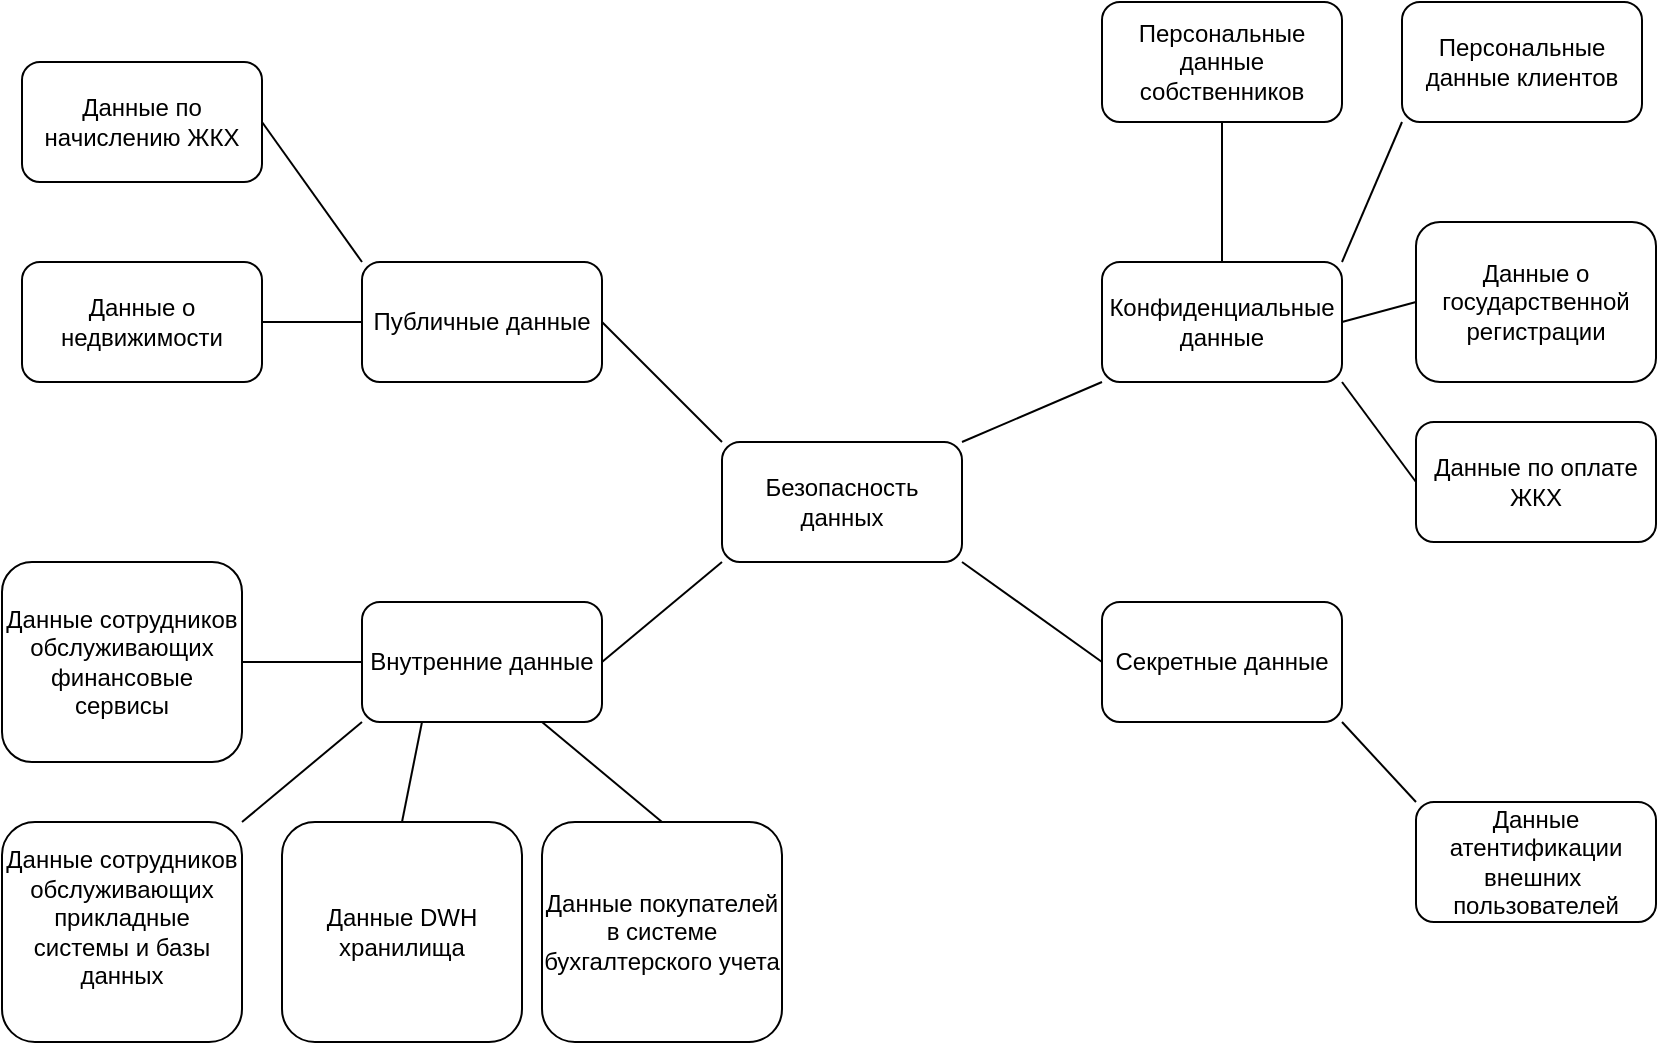
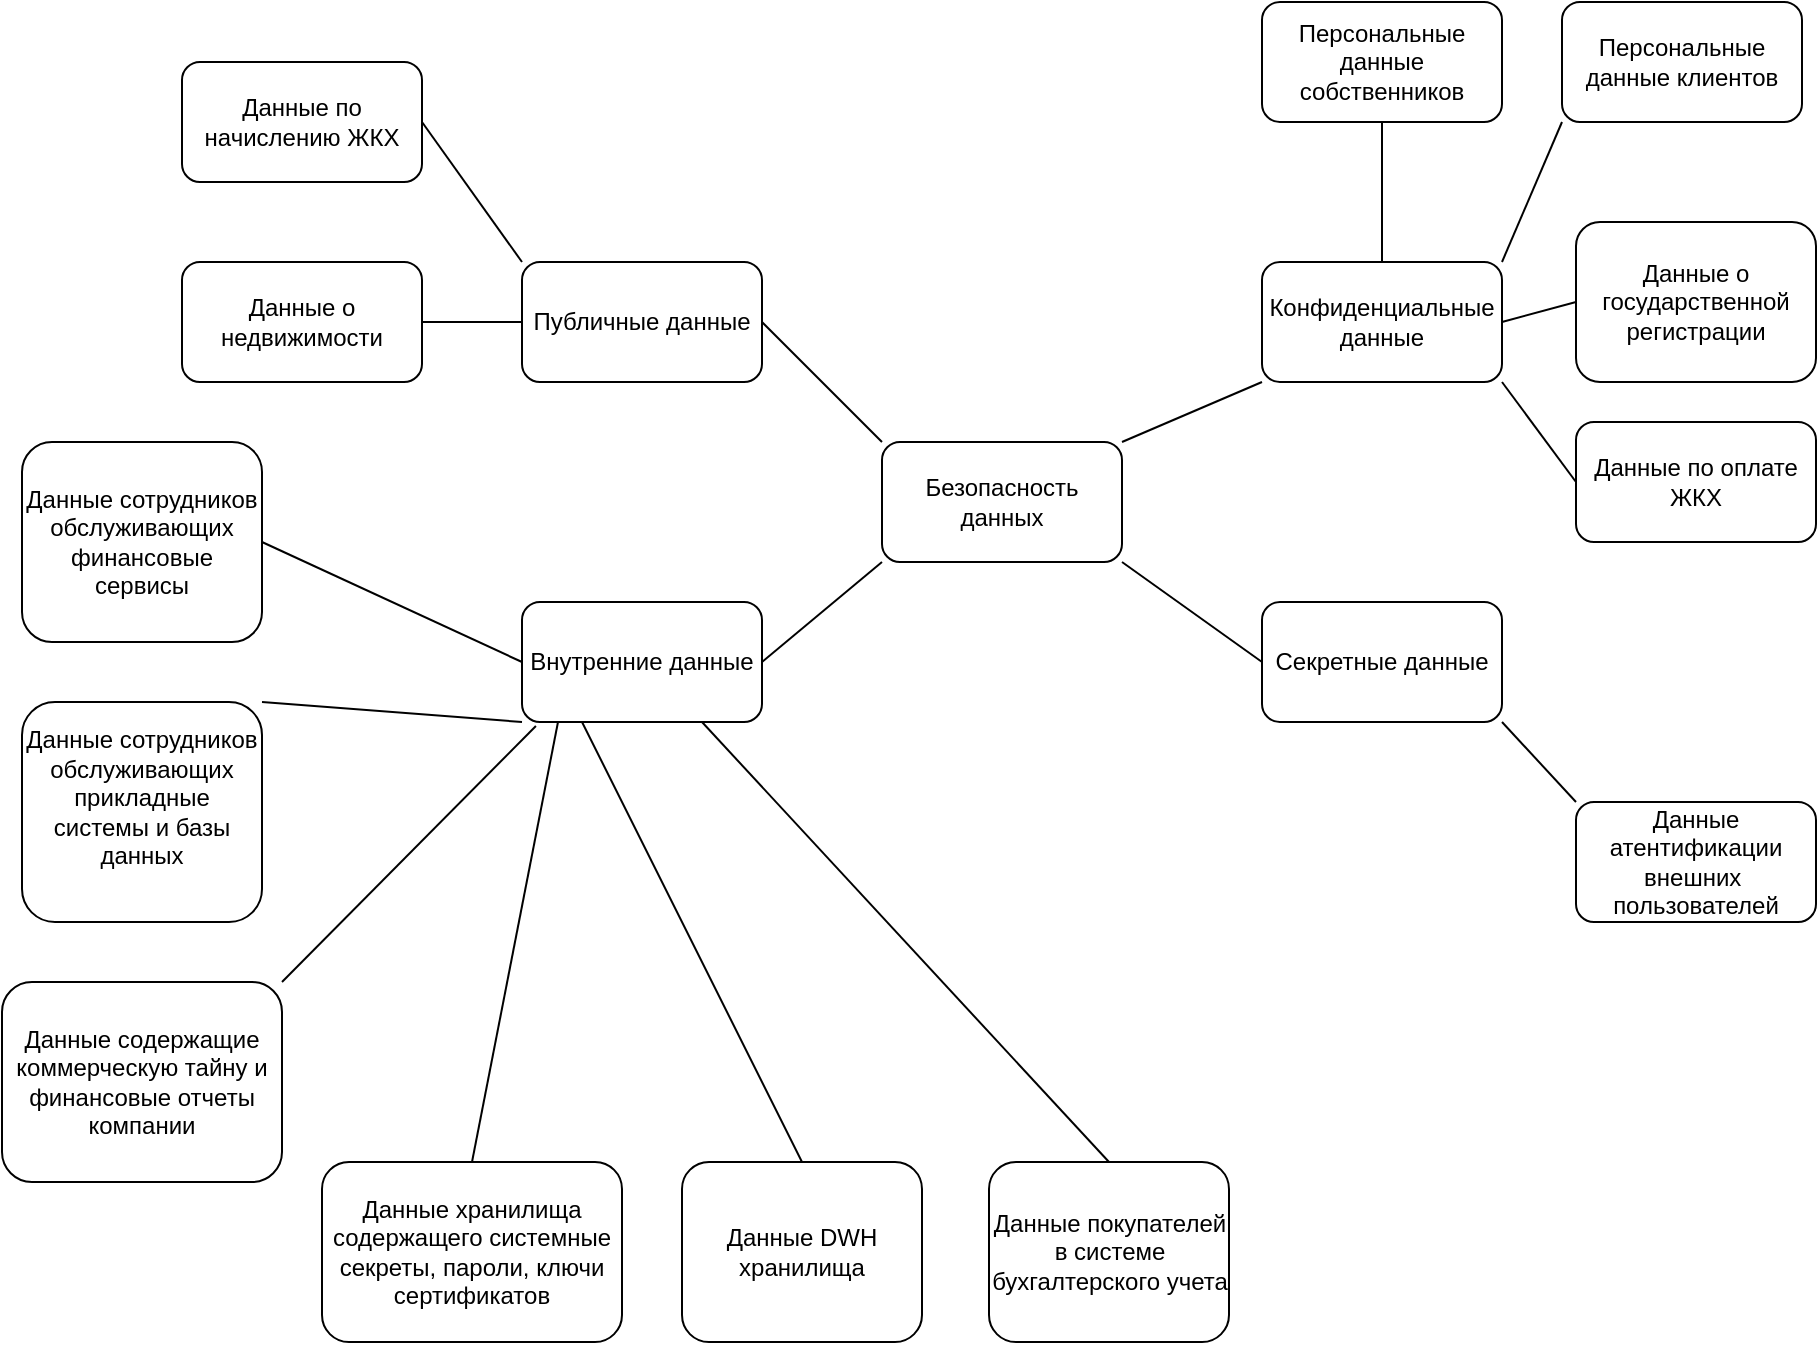
- <mxfile host="Electron" agent="Mozilla/5.0 (Windows NT 10.0; Win64; x64) AppleWebKit/537.36 (KHTML, like Gecko) draw.io/26.1.1 Chrome/132.0.6834.210 Electron/34.3.3 Safari/537.36" version="26.1.1">
+ <mxfile host="Electron" agent="Mozilla/5.0 (Windows NT 10.0; Win64; x64) AppleWebKit/537.36 (KHTML, like Gecko) draw.io/26.0.16 Chrome/132.0.6834.196 Electron/34.2.0 Safari/537.36" version="26.0.16">
  <diagram name="Страница — 1" id="JBn4-_P6qpV0WiqdyZGL">
-     <mxGraphModel dx="1098" dy="658" grid="1" gridSize="10" guides="1" tooltips="1" connect="1" arrows="1" fold="1" page="1" pageScale="1" pageWidth="827" pageHeight="1169" math="0" shadow="0">
+     <mxGraphModel dx="2242" dy="1422" grid="1" gridSize="10" guides="1" tooltips="1" connect="1" arrows="1" fold="1" page="1" pageScale="1" pageWidth="827" pageHeight="1169" math="0" shadow="0">
      <root>
        <mxCell id="0" />
        <mxCell id="1" parent="0" />
-         <mxCell id="3fstywEBA75ssKso-sNi-2" value="Безопасность данных" style="rounded=1;whiteSpace=wrap;html=1;" vertex="1" parent="1">
+         <mxCell id="3fstywEBA75ssKso-sNi-2" value="Безопасность данных" style="rounded=1;whiteSpace=wrap;html=1;" parent="1" vertex="1">
          <mxGeometry x="360" y="290" width="120" height="60" as="geometry" />
        </mxCell>
-         <mxCell id="3fstywEBA75ssKso-sNi-3" value="Публичные данные" style="rounded=1;whiteSpace=wrap;html=1;" vertex="1" parent="1">
+         <mxCell id="3fstywEBA75ssKso-sNi-3" value="Публичные данные" style="rounded=1;whiteSpace=wrap;html=1;" parent="1" vertex="1">
          <mxGeometry x="180" y="200" width="120" height="60" as="geometry" />
        </mxCell>
-         <mxCell id="3fstywEBA75ssKso-sNi-4" value="Внутренние данные" style="rounded=1;whiteSpace=wrap;html=1;" vertex="1" parent="1">
+         <mxCell id="3fstywEBA75ssKso-sNi-4" value="Внутренние данные" style="rounded=1;whiteSpace=wrap;html=1;" parent="1" vertex="1">
          <mxGeometry x="180" y="370" width="120" height="60" as="geometry" />
        </mxCell>
-         <mxCell id="3fstywEBA75ssKso-sNi-5" value="Конфиденциальные данные" style="rounded=1;whiteSpace=wrap;html=1;" vertex="1" parent="1">
+         <mxCell id="3fstywEBA75ssKso-sNi-5" value="Конфиденциальные данные" style="rounded=1;whiteSpace=wrap;html=1;" parent="1" vertex="1">
          <mxGeometry x="550" y="200" width="120" height="60" as="geometry" />
        </mxCell>
-         <mxCell id="3fstywEBA75ssKso-sNi-6" value="Секретные данные" style="rounded=1;whiteSpace=wrap;html=1;" vertex="1" parent="1">
+         <mxCell id="3fstywEBA75ssKso-sNi-6" value="Секретные данные" style="rounded=1;whiteSpace=wrap;html=1;" parent="1" vertex="1">
          <mxGeometry x="550" y="370" width="120" height="60" as="geometry" />
        </mxCell>
-         <mxCell id="3fstywEBA75ssKso-sNi-7" value="" style="endArrow=none;html=1;rounded=0;exitX=1;exitY=0.5;exitDx=0;exitDy=0;entryX=0;entryY=0;entryDx=0;entryDy=0;" edge="1" parent="1" source="3fstywEBA75ssKso-sNi-3" target="3fstywEBA75ssKso-sNi-2">
+         <mxCell id="3fstywEBA75ssKso-sNi-7" value="" style="endArrow=none;html=1;rounded=0;exitX=1;exitY=0.5;exitDx=0;exitDy=0;entryX=0;entryY=0;entryDx=0;entryDy=0;" parent="1" source="3fstywEBA75ssKso-sNi-3" target="3fstywEBA75ssKso-sNi-2" edge="1">
          <mxGeometry width="50" height="50" relative="1" as="geometry">
            <mxPoint x="390" y="330" as="sourcePoint" />
            <mxPoint x="440" y="280" as="targetPoint" />
          </mxGeometry>
        </mxCell>
-         <mxCell id="3fstywEBA75ssKso-sNi-8" value="" style="endArrow=none;html=1;rounded=0;entryX=0;entryY=1;entryDx=0;entryDy=0;" edge="1" parent="1" target="3fstywEBA75ssKso-sNi-5">
+         <mxCell id="3fstywEBA75ssKso-sNi-8" value="" style="endArrow=none;html=1;rounded=0;entryX=0;entryY=1;entryDx=0;entryDy=0;" parent="1" target="3fstywEBA75ssKso-sNi-5" edge="1">
          <mxGeometry width="50" height="50" relative="1" as="geometry">
            <mxPoint x="480" y="290" as="sourcePoint" />
            <mxPoint x="440" y="280" as="targetPoint" />
          </mxGeometry>
        </mxCell>
-         <mxCell id="3fstywEBA75ssKso-sNi-9" value="" style="endArrow=none;html=1;rounded=0;exitX=1;exitY=0.5;exitDx=0;exitDy=0;entryX=0;entryY=1;entryDx=0;entryDy=0;" edge="1" parent="1" source="3fstywEBA75ssKso-sNi-4" target="3fstywEBA75ssKso-sNi-2">
+         <mxCell id="3fstywEBA75ssKso-sNi-9" value="" style="endArrow=none;html=1;rounded=0;exitX=1;exitY=0.5;exitDx=0;exitDy=0;entryX=0;entryY=1;entryDx=0;entryDy=0;" parent="1" source="3fstywEBA75ssKso-sNi-4" target="3fstywEBA75ssKso-sNi-2" edge="1">
          <mxGeometry width="50" height="50" relative="1" as="geometry">
            <mxPoint x="390" y="330" as="sourcePoint" />
            <mxPoint x="440" y="280" as="targetPoint" />
          </mxGeometry>
        </mxCell>
-         <mxCell id="3fstywEBA75ssKso-sNi-10" value="" style="endArrow=none;html=1;rounded=0;exitX=0;exitY=0.5;exitDx=0;exitDy=0;entryX=1;entryY=1;entryDx=0;entryDy=0;" edge="1" parent="1" source="3fstywEBA75ssKso-sNi-6" target="3fstywEBA75ssKso-sNi-2">
+         <mxCell id="3fstywEBA75ssKso-sNi-10" value="" style="endArrow=none;html=1;rounded=0;exitX=0;exitY=0.5;exitDx=0;exitDy=0;entryX=1;entryY=1;entryDx=0;entryDy=0;" parent="1" source="3fstywEBA75ssKso-sNi-6" target="3fstywEBA75ssKso-sNi-2" edge="1">
          <mxGeometry width="50" height="50" relative="1" as="geometry">
            <mxPoint x="390" y="330" as="sourcePoint" />
            <mxPoint x="440" y="280" as="targetPoint" />
          </mxGeometry>
        </mxCell>
-         <mxCell id="3fstywEBA75ssKso-sNi-11" value="Персональные данные клиентов" style="rounded=1;whiteSpace=wrap;html=1;" vertex="1" parent="1">
+         <mxCell id="3fstywEBA75ssKso-sNi-11" value="Персональные данные клиентов" style="rounded=1;whiteSpace=wrap;html=1;" parent="1" vertex="1">
          <mxGeometry x="700" y="70" width="120" height="60" as="geometry" />
        </mxCell>
-         <mxCell id="3fstywEBA75ssKso-sNi-12" value="Персональные данные собственников" style="rounded=1;whiteSpace=wrap;html=1;" vertex="1" parent="1">
+         <mxCell id="3fstywEBA75ssKso-sNi-12" value="Персональные данные собственников" style="rounded=1;whiteSpace=wrap;html=1;" parent="1" vertex="1">
          <mxGeometry x="550" y="70" width="120" height="60" as="geometry" />
        </mxCell>
-         <mxCell id="3fstywEBA75ssKso-sNi-13" value="Данные о недвижимости" style="rounded=1;whiteSpace=wrap;html=1;" vertex="1" parent="1">
+         <mxCell id="3fstywEBA75ssKso-sNi-13" value="Данные о недвижимости" style="rounded=1;whiteSpace=wrap;html=1;" parent="1" vertex="1">
          <mxGeometry x="10" y="200" width="120" height="60" as="geometry" />
        </mxCell>
-         <mxCell id="3fstywEBA75ssKso-sNi-14" value="Данные по оплате ЖКХ" style="rounded=1;whiteSpace=wrap;html=1;" vertex="1" parent="1">
+         <mxCell id="3fstywEBA75ssKso-sNi-14" value="Данные по оплате ЖКХ" style="rounded=1;whiteSpace=wrap;html=1;" parent="1" vertex="1">
          <mxGeometry x="707" y="280" width="120" height="60" as="geometry" />
        </mxCell>
-         <mxCell id="3fstywEBA75ssKso-sNi-15" value="Данные по начислению ЖКХ" style="rounded=1;whiteSpace=wrap;html=1;" vertex="1" parent="1">
+         <mxCell id="3fstywEBA75ssKso-sNi-15" value="Данные по начислению ЖКХ" style="rounded=1;whiteSpace=wrap;html=1;" parent="1" vertex="1">
          <mxGeometry x="10" y="100" width="120" height="60" as="geometry" />
        </mxCell>
-         <mxCell id="3fstywEBA75ssKso-sNi-16" value="Данные DWH хранилища" style="rounded=1;whiteSpace=wrap;html=1;" vertex="1" parent="1">
-           <mxGeometry x="140" y="480" width="120" height="110" as="geometry" />
+         <mxCell id="3fstywEBA75ssKso-sNi-16" value="Данные DWH хранилища" style="rounded=1;whiteSpace=wrap;html=1;" parent="1" vertex="1">
+           <mxGeometry x="260" y="650" width="120" height="90" as="geometry" />
        </mxCell>
-         <mxCell id="3fstywEBA75ssKso-sNi-17" value="Данные о государственной регистрации" style="rounded=1;whiteSpace=wrap;html=1;" vertex="1" parent="1">
+         <mxCell id="3fstywEBA75ssKso-sNi-17" value="Данные о государственной регистрации" style="rounded=1;whiteSpace=wrap;html=1;" parent="1" vertex="1">
          <mxGeometry x="707" y="180" width="120" height="80" as="geometry" />
        </mxCell>
-         <mxCell id="3fstywEBA75ssKso-sNi-18" value="Данные сотрудников обслуживающих финансовые сервисы" style="rounded=1;whiteSpace=wrap;html=1;" vertex="1" parent="1">
-           <mxGeometry y="350" width="120" height="100" as="geometry" />
+         <mxCell id="3fstywEBA75ssKso-sNi-18" value="Данные сотрудников обслуживающих финансовые сервисы" style="rounded=1;whiteSpace=wrap;html=1;" parent="1" vertex="1">
+           <mxGeometry x="-70" y="290" width="120" height="100" as="geometry" />
        </mxCell>
-         <mxCell id="3fstywEBA75ssKso-sNi-19" value="Данные сотрудников обслуживающих прикладные системы и базы данных&lt;div&gt;&lt;br&gt;&lt;/div&gt;" style="rounded=1;whiteSpace=wrap;html=1;" vertex="1" parent="1">
-           <mxGeometry y="480" width="120" height="110" as="geometry" />
+         <mxCell id="3fstywEBA75ssKso-sNi-19" value="Данные сотрудников обслуживающих прикладные системы и базы данных&lt;div&gt;&lt;br&gt;&lt;/div&gt;" style="rounded=1;whiteSpace=wrap;html=1;" parent="1" vertex="1">
+           <mxGeometry x="-70" y="420" width="120" height="110" as="geometry" />
        </mxCell>
-         <mxCell id="3fstywEBA75ssKso-sNi-20" value="Данные покупателей в системе бухгалтерского учета" style="rounded=1;whiteSpace=wrap;html=1;" vertex="1" parent="1">
-           <mxGeometry x="270" y="480" width="120" height="110" as="geometry" />
+         <mxCell id="3fstywEBA75ssKso-sNi-20" value="Данные покупателей в системе бухгалтерского учета" style="rounded=1;whiteSpace=wrap;html=1;" parent="1" vertex="1">
+           <mxGeometry x="413.5" y="650" width="120" height="90" as="geometry" />
        </mxCell>
-         <mxCell id="3fstywEBA75ssKso-sNi-22" value="" style="endArrow=none;html=1;rounded=0;exitX=1;exitY=0.5;exitDx=0;exitDy=0;entryX=0;entryY=0.5;entryDx=0;entryDy=0;" edge="1" parent="1" source="3fstywEBA75ssKso-sNi-13" target="3fstywEBA75ssKso-sNi-3">
+         <mxCell id="3fstywEBA75ssKso-sNi-22" value="" style="endArrow=none;html=1;rounded=0;exitX=1;exitY=0.5;exitDx=0;exitDy=0;entryX=0;entryY=0.5;entryDx=0;entryDy=0;" parent="1" source="3fstywEBA75ssKso-sNi-13" target="3fstywEBA75ssKso-sNi-3" edge="1">
          <mxGeometry width="50" height="50" relative="1" as="geometry">
            <mxPoint x="390" y="330" as="sourcePoint" />
            <mxPoint x="440" y="280" as="targetPoint" />
          </mxGeometry>
        </mxCell>
-         <mxCell id="3fstywEBA75ssKso-sNi-23" value="" style="endArrow=none;html=1;rounded=0;entryX=1;entryY=0.5;entryDx=0;entryDy=0;exitX=0;exitY=0;exitDx=0;exitDy=0;" edge="1" parent="1" source="3fstywEBA75ssKso-sNi-3" target="3fstywEBA75ssKso-sNi-15">
+         <mxCell id="3fstywEBA75ssKso-sNi-23" value="" style="endArrow=none;html=1;rounded=0;entryX=1;entryY=0.5;entryDx=0;entryDy=0;exitX=0;exitY=0;exitDx=0;exitDy=0;" parent="1" source="3fstywEBA75ssKso-sNi-3" target="3fstywEBA75ssKso-sNi-15" edge="1">
          <mxGeometry width="50" height="50" relative="1" as="geometry">
            <mxPoint x="390" y="330" as="sourcePoint" />
            <mxPoint x="440" y="280" as="targetPoint" />
          </mxGeometry>
        </mxCell>
-         <mxCell id="3fstywEBA75ssKso-sNi-24" value="" style="endArrow=none;html=1;rounded=0;exitX=1;exitY=0.5;exitDx=0;exitDy=0;entryX=0;entryY=0.5;entryDx=0;entryDy=0;" edge="1" parent="1" source="3fstywEBA75ssKso-sNi-18" target="3fstywEBA75ssKso-sNi-4">
+         <mxCell id="3fstywEBA75ssKso-sNi-24" value="" style="endArrow=none;html=1;rounded=0;exitX=1;exitY=0.5;exitDx=0;exitDy=0;entryX=0;entryY=0.5;entryDx=0;entryDy=0;" parent="1" source="3fstywEBA75ssKso-sNi-18" target="3fstywEBA75ssKso-sNi-4" edge="1">
          <mxGeometry width="50" height="50" relative="1" as="geometry">
            <mxPoint x="390" y="330" as="sourcePoint" />
            <mxPoint x="440" y="280" as="targetPoint" />
          </mxGeometry>
        </mxCell>
-         <mxCell id="3fstywEBA75ssKso-sNi-25" value="" style="endArrow=none;html=1;rounded=0;entryX=0;entryY=1;entryDx=0;entryDy=0;exitX=1;exitY=0;exitDx=0;exitDy=0;" edge="1" parent="1" source="3fstywEBA75ssKso-sNi-19" target="3fstywEBA75ssKso-sNi-4">
+         <mxCell id="3fstywEBA75ssKso-sNi-25" value="" style="endArrow=none;html=1;rounded=0;entryX=0;entryY=1;entryDx=0;entryDy=0;exitX=1;exitY=0;exitDx=0;exitDy=0;" parent="1" source="3fstywEBA75ssKso-sNi-19" target="3fstywEBA75ssKso-sNi-4" edge="1">
          <mxGeometry width="50" height="50" relative="1" as="geometry">
            <mxPoint x="120" y="490" as="sourcePoint" />
            <mxPoint x="170" y="440" as="targetPoint" />
          </mxGeometry>
        </mxCell>
-         <mxCell id="3fstywEBA75ssKso-sNi-26" value="" style="endArrow=none;html=1;rounded=0;exitX=0.5;exitY=0;exitDx=0;exitDy=0;entryX=0.25;entryY=1;entryDx=0;entryDy=0;" edge="1" parent="1" source="3fstywEBA75ssKso-sNi-16" target="3fstywEBA75ssKso-sNi-4">
+         <mxCell id="3fstywEBA75ssKso-sNi-26" value="" style="endArrow=none;html=1;rounded=0;exitX=0.5;exitY=0;exitDx=0;exitDy=0;entryX=0.25;entryY=1;entryDx=0;entryDy=0;" parent="1" source="3fstywEBA75ssKso-sNi-16" target="3fstywEBA75ssKso-sNi-4" edge="1">
          <mxGeometry width="50" height="50" relative="1" as="geometry">
            <mxPoint x="200" y="480" as="sourcePoint" />
            <mxPoint x="250" y="430" as="targetPoint" />
          </mxGeometry>
        </mxCell>
-         <mxCell id="3fstywEBA75ssKso-sNi-27" value="" style="endArrow=none;html=1;rounded=0;entryX=0.75;entryY=1;entryDx=0;entryDy=0;exitX=0.5;exitY=0;exitDx=0;exitDy=0;" edge="1" parent="1" source="3fstywEBA75ssKso-sNi-20" target="3fstywEBA75ssKso-sNi-4">
+         <mxCell id="3fstywEBA75ssKso-sNi-27" value="" style="endArrow=none;html=1;rounded=0;entryX=0.75;entryY=1;entryDx=0;entryDy=0;exitX=0.5;exitY=0;exitDx=0;exitDy=0;" parent="1" source="3fstywEBA75ssKso-sNi-20" target="3fstywEBA75ssKso-sNi-4" edge="1">
          <mxGeometry width="50" height="50" relative="1" as="geometry">
            <mxPoint x="280" y="490" as="sourcePoint" />
            <mxPoint x="330" y="440" as="targetPoint" />
          </mxGeometry>
        </mxCell>
-         <mxCell id="3fstywEBA75ssKso-sNi-28" value="" style="endArrow=none;html=1;rounded=0;entryX=0.5;entryY=1;entryDx=0;entryDy=0;exitX=0.5;exitY=0;exitDx=0;exitDy=0;" edge="1" parent="1" source="3fstywEBA75ssKso-sNi-5" target="3fstywEBA75ssKso-sNi-12">
+         <mxCell id="3fstywEBA75ssKso-sNi-28" value="" style="endArrow=none;html=1;rounded=0;entryX=0.5;entryY=1;entryDx=0;entryDy=0;exitX=0.5;exitY=0;exitDx=0;exitDy=0;" parent="1" source="3fstywEBA75ssKso-sNi-5" target="3fstywEBA75ssKso-sNi-12" edge="1">
          <mxGeometry width="50" height="50" relative="1" as="geometry">
            <mxPoint x="390" y="330" as="sourcePoint" />
            <mxPoint x="440" y="280" as="targetPoint" />
          </mxGeometry>
        </mxCell>
-         <mxCell id="3fstywEBA75ssKso-sNi-29" value="" style="endArrow=none;html=1;rounded=0;entryX=0;entryY=1;entryDx=0;entryDy=0;exitX=1;exitY=0;exitDx=0;exitDy=0;" edge="1" parent="1" source="3fstywEBA75ssKso-sNi-5" target="3fstywEBA75ssKso-sNi-11">
+         <mxCell id="3fstywEBA75ssKso-sNi-29" value="" style="endArrow=none;html=1;rounded=0;entryX=0;entryY=1;entryDx=0;entryDy=0;exitX=1;exitY=0;exitDx=0;exitDy=0;" parent="1" source="3fstywEBA75ssKso-sNi-5" target="3fstywEBA75ssKso-sNi-11" edge="1">
          <mxGeometry width="50" height="50" relative="1" as="geometry">
            <mxPoint x="670" y="190" as="sourcePoint" />
            <mxPoint x="720" y="140" as="targetPoint" />
          </mxGeometry>
        </mxCell>
-         <mxCell id="3fstywEBA75ssKso-sNi-30" value="" style="endArrow=none;html=1;rounded=0;exitX=1;exitY=0.5;exitDx=0;exitDy=0;entryX=0;entryY=0.5;entryDx=0;entryDy=0;" edge="1" parent="1" source="3fstywEBA75ssKso-sNi-5" target="3fstywEBA75ssKso-sNi-17">
+         <mxCell id="3fstywEBA75ssKso-sNi-30" value="" style="endArrow=none;html=1;rounded=0;exitX=1;exitY=0.5;exitDx=0;exitDy=0;entryX=0;entryY=0.5;entryDx=0;entryDy=0;" parent="1" source="3fstywEBA75ssKso-sNi-5" target="3fstywEBA75ssKso-sNi-17" edge="1">
          <mxGeometry width="50" height="50" relative="1" as="geometry">
            <mxPoint x="660" y="270" as="sourcePoint" />
            <mxPoint x="700" y="220" as="targetPoint" />
          </mxGeometry>
        </mxCell>
-         <mxCell id="3fstywEBA75ssKso-sNi-31" value="" style="endArrow=none;html=1;rounded=0;entryX=0;entryY=0.5;entryDx=0;entryDy=0;exitX=1;exitY=1;exitDx=0;exitDy=0;" edge="1" parent="1" source="3fstywEBA75ssKso-sNi-5" target="3fstywEBA75ssKso-sNi-14">
+         <mxCell id="3fstywEBA75ssKso-sNi-31" value="" style="endArrow=none;html=1;rounded=0;entryX=0;entryY=0.5;entryDx=0;entryDy=0;exitX=1;exitY=1;exitDx=0;exitDy=0;" parent="1" source="3fstywEBA75ssKso-sNi-5" target="3fstywEBA75ssKso-sNi-14" edge="1">
          <mxGeometry width="50" height="50" relative="1" as="geometry">
            <mxPoint x="390" y="330" as="sourcePoint" />
            <mxPoint x="440" y="280" as="targetPoint" />
          </mxGeometry>
        </mxCell>
-         <mxCell id="3fstywEBA75ssKso-sNi-32" value="Данные атентификации внешних&amp;nbsp; пользователей" style="rounded=1;whiteSpace=wrap;html=1;" vertex="1" parent="1">
+         <mxCell id="3fstywEBA75ssKso-sNi-32" value="Данные атентификации внешних&amp;nbsp; пользователей" style="rounded=1;whiteSpace=wrap;html=1;" parent="1" vertex="1">
          <mxGeometry x="707" y="470" width="120" height="60" as="geometry" />
        </mxCell>
-         <mxCell id="3fstywEBA75ssKso-sNi-33" value="" style="endArrow=none;html=1;rounded=0;entryX=1;entryY=1;entryDx=0;entryDy=0;exitX=0;exitY=0;exitDx=0;exitDy=0;" edge="1" parent="1" source="3fstywEBA75ssKso-sNi-32" target="3fstywEBA75ssKso-sNi-6">
+         <mxCell id="3fstywEBA75ssKso-sNi-33" value="" style="endArrow=none;html=1;rounded=0;entryX=1;entryY=1;entryDx=0;entryDy=0;exitX=0;exitY=0;exitDx=0;exitDy=0;" parent="1" source="3fstywEBA75ssKso-sNi-32" target="3fstywEBA75ssKso-sNi-6" edge="1">
          <mxGeometry width="50" height="50" relative="1" as="geometry">
            <mxPoint x="600" y="490" as="sourcePoint" />
            <mxPoint x="670" y="440" as="targetPoint" />
+           </mxGeometry>
+         </mxCell>
+         <mxCell id="EUcVpjqxSXRc2TeA1I53-1" value="Данные содержащие коммерческую тайну и финансовые отчеты компании" style="rounded=1;whiteSpace=wrap;html=1;" vertex="1" parent="1">
+           <mxGeometry x="-80" y="560" width="140" height="100" as="geometry" />
+         </mxCell>
+         <mxCell id="EUcVpjqxSXRc2TeA1I53-2" value="Данные хранилища содержащего системные секреты, пароли, ключи сертификатов" style="rounded=1;whiteSpace=wrap;html=1;" vertex="1" parent="1">
+           <mxGeometry x="80" y="650" width="150" height="90" as="geometry" />
+         </mxCell>
+         <mxCell id="EUcVpjqxSXRc2TeA1I53-3" value="" style="endArrow=none;html=1;rounded=0;entryX=0.058;entryY=1.033;entryDx=0;entryDy=0;entryPerimeter=0;exitX=1;exitY=0;exitDx=0;exitDy=0;" edge="1" parent="1" source="EUcVpjqxSXRc2TeA1I53-1" target="3fstywEBA75ssKso-sNi-4">
+           <mxGeometry width="50" height="50" relative="1" as="geometry">
+             <mxPoint x="110" y="530" as="sourcePoint" />
+             <mxPoint x="160" y="480" as="targetPoint" />
+           </mxGeometry>
+         </mxCell>
+         <mxCell id="EUcVpjqxSXRc2TeA1I53-4" value="" style="endArrow=none;html=1;rounded=0;entryX=0.15;entryY=1;entryDx=0;entryDy=0;entryPerimeter=0;exitX=0.5;exitY=0;exitDx=0;exitDy=0;" edge="1" parent="1" source="EUcVpjqxSXRc2TeA1I53-2" target="3fstywEBA75ssKso-sNi-4">
+           <mxGeometry width="50" height="50" relative="1" as="geometry">
+             <mxPoint x="140" y="580" as="sourcePoint" />
+             <mxPoint x="190" y="530" as="targetPoint" />
          </mxGeometry>
        </mxCell>
      </root>
    </mxGraphModel>
  </diagram>
</mxfile>
